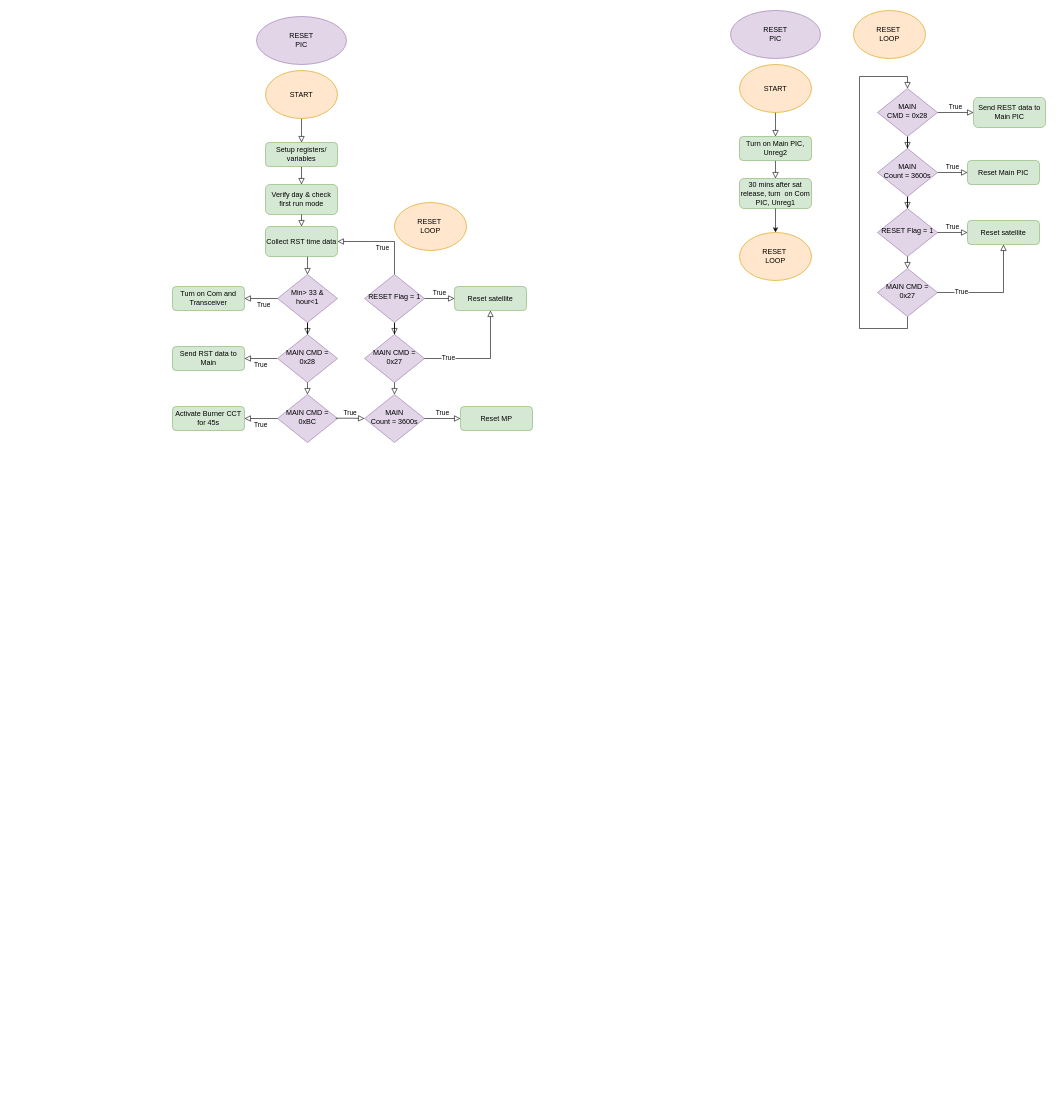
The draw.io diagram page "RESET-PIC-1.0" (3 of 9) of Diagrams/operation_scenario.drawio in BIRDSOpenSource/BIRDSRP-OBC, before the edit. Source tidied: cells renumbered, new cells numbered last; positions are measured from the earlier drawing's top-left corner, leaving out a move shared by most shapes. Both pictures are drawn from the tidied source at 60%, with x=0, y=0 at pixel (172, 10).
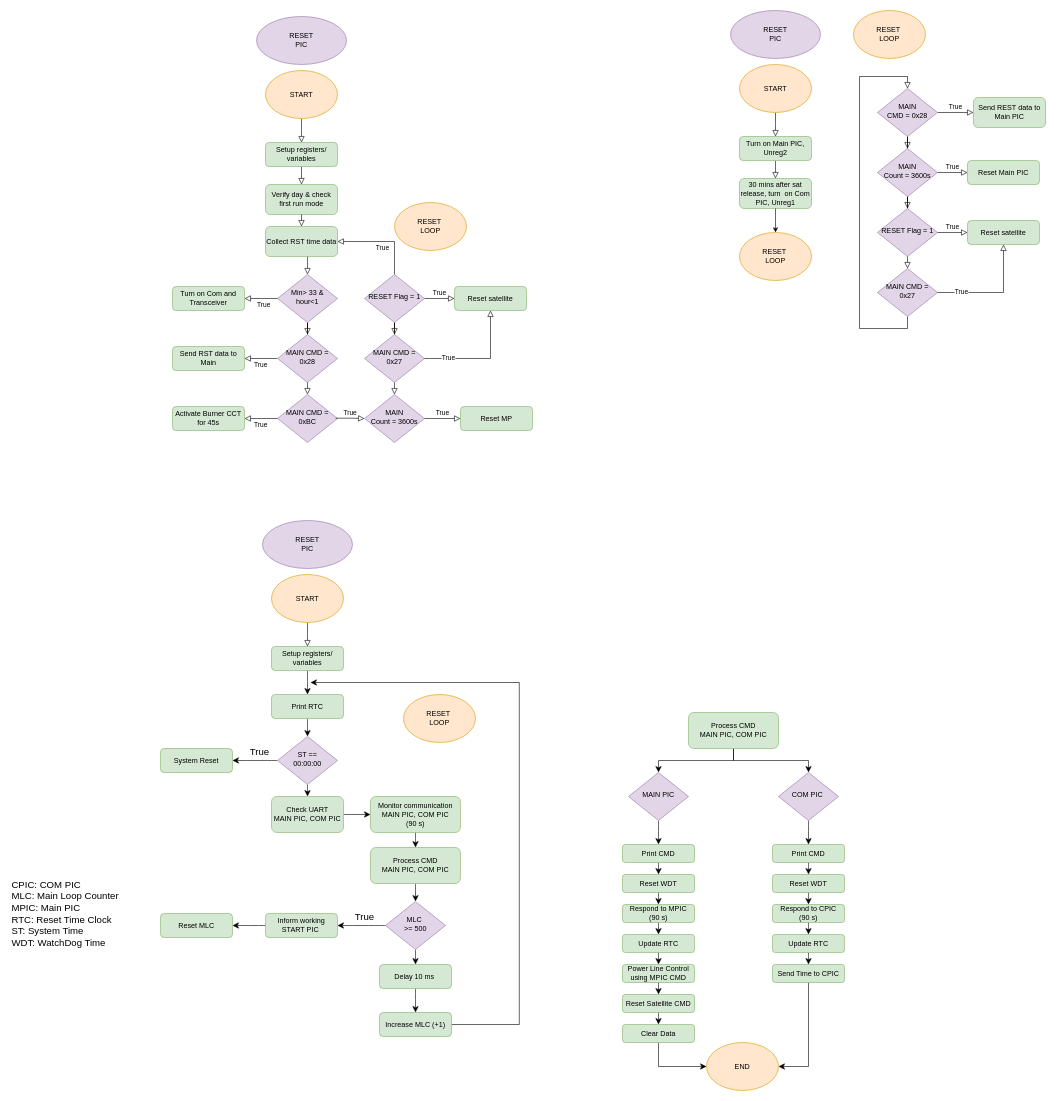
Above is the later version.

Diff of the diagram source:
```diff
@@
+    <mxCell id="61" style="rounded=0;html=1;jettySize=auto;fontSize=11;endArrow=block;endFill=0;endSize=8;strokeWidth=1;shadow=0;labelBackgroundColor=none;edgeStyle=orthogonalEdgeStyle;exitX=0.5;exitY=1;exitDx=0;exitDy=0;entryX=0.5;entryY=0;entryDx=0;entryDy=0;" parent="1" edge="1" source="65" target="63">
+      <mxGeometry relative="1" as="geometry">
+        <Array as="points">
+          <mxPoint x="225" y="1040" />
+          <mxPoint x="225" y="1040" />
+        </Array>
+      </mxGeometry>
+    </mxCell>
+    <mxCell id="62" style="edgeStyle=none;curved=1;rounded=0;jettySize=auto;html=1;fontSize=12;startSize=8;endSize=8;entryX=0.5;entryY=0;entryDx=0;entryDy=0;" parent="1" edge="1" source="63">
+      <mxGeometry relative="1" as="geometry">
+        <mxPoint x="225" y="1140" as="targetPoint" />
+      </mxGeometry>
+    </mxCell>
+    <mxCell id="63" value="&lt;div&gt;Setup registers/ variables&lt;/div&gt;" style="rounded=1;whiteSpace=wrap;html=1;fontSize=12;glass=0;strokeWidth=1;shadow=0;fillColor=#d5e8d4;strokeColor=#82b366;" parent="1" vertex="1">
+      <mxGeometry x="165" y="1060" width="120" height="40" as="geometry" />
+    </mxCell>
+    <mxCell id="64" value="RESET&lt;div&gt;PIC&lt;/div&gt;" style="ellipse;whiteSpace=wrap;html=1;fillColor=#e1d5e7;strokeColor=#9673a6;" parent="1" vertex="1">
+      <mxGeometry x="150" y="850" width="150" height="80" as="geometry" />
+    </mxCell>
+    <mxCell id="65" value="START" style="ellipse;whiteSpace=wrap;html=1;fillColor=#ffe6cc;strokeColor=#d79b00;" parent="1" vertex="1">
+      <mxGeometry x="165" y="940" width="120" height="80" as="geometry" />
+    </mxCell>
+    <mxCell id="66" style="edgeStyle=none;curved=1;rounded=0;jettySize=auto;html=1;entryX=0.5;entryY=0;entryDx=0;entryDy=0;fontSize=12;startSize=8;endSize=8;" parent="1" edge="1" source="67" target="71">
+      <mxGeometry relative="1" as="geometry" />
+    </mxCell>
+    <mxCell id="67" value="&lt;div&gt;Print RTC&lt;/div&gt;" style="rounded=1;whiteSpace=wrap;html=1;fontSize=12;glass=0;strokeWidth=1;shadow=0;fillColor=#d5e8d4;strokeColor=#82b366;" parent="1" vertex="1">
+      <mxGeometry x="165" y="1140" width="120" height="40" as="geometry" />
+    </mxCell>
+    <mxCell id="68" value="&lt;div&gt;System Reset&lt;/div&gt;" style="rounded=1;whiteSpace=wrap;html=1;fontSize=12;glass=0;strokeWidth=1;shadow=0;fillColor=#d5e8d4;strokeColor=#82b366;" parent="1" vertex="1">
+      <mxGeometry x="-20" y="1230" width="120" height="40" as="geometry" />
+    </mxCell>
+    <mxCell id="69" style="edgeStyle=none;curved=1;rounded=0;jettySize=auto;html=1;fontSize=12;startSize=8;endSize=8;" parent="1" edge="1" source="71" target="68">
+      <mxGeometry relative="1" as="geometry" />
+    </mxCell>
+    <mxCell id="70" style="edgeStyle=none;curved=1;rounded=0;jettySize=auto;html=1;entryX=0.5;entryY=0;entryDx=0;entryDy=0;fontSize=12;startSize=8;endSize=8;" parent="1" edge="1" source="71" target="74">
+      <mxGeometry relative="1" as="geometry" />
+    </mxCell>
+    <mxCell id="71" value="&lt;div&gt;ST ==&lt;/div&gt;&lt;div&gt;&amp;nbsp;00:00:00&amp;nbsp;&lt;/div&gt;" style="rhombus;whiteSpace=wrap;html=1;shadow=0;fontFamily=Helvetica;fontSize=12;align=center;strokeWidth=1;spacing=6;spacingTop=-4;fillColor=#e1d5e7;strokeColor=#9673a6;" parent="1" vertex="1">
+      <mxGeometry x="175" y="1210" width="100" height="80" as="geometry" />
+    </mxCell>
+    <mxCell id="72" value="&lt;div&gt;CPIC: COM PIC&lt;/div&gt;&lt;div&gt;MLC: Main Loop Counter&lt;/div&gt;&lt;div&gt;MPIC: Main PIC&lt;/div&gt;&lt;div style=&quot;&quot;&gt;RTC: Reset Time Clock&lt;/div&gt;&lt;div style=&quot;&quot;&gt;&lt;span style=&quot;background-color: initial;&quot;&gt;ST: System Time&lt;/span&gt;&lt;/div&gt;&lt;div&gt;WDT: WatchDog Time&lt;/div&gt;" style="text;html=1;align=left;verticalAlign=middle;strokeColor=none;fillColor=none;fontSize=16;" parent="1" vertex="1">
+      <mxGeometry x="-270" y="1440" width="200" height="130" as="geometry" />
+    </mxCell>
+    <mxCell id="73" style="edgeStyle=none;curved=1;rounded=0;jettySize=auto;html=1;fontSize=12;startSize=8;endSize=8;" parent="1" edge="1" source="74" target="76">
+      <mxGeometry relative="1" as="geometry" />
+    </mxCell>
+    <mxCell id="74" value="Check UART&lt;div&gt;MAIN PIC, COM PIC&lt;/div&gt;" style="rounded=1;whiteSpace=wrap;html=1;fontSize=12;glass=0;strokeWidth=1;shadow=0;fillColor=#d5e8d4;strokeColor=#82b366;" parent="1" vertex="1">
+      <mxGeometry x="165" y="1310" width="120" height="60" as="geometry" />
+    </mxCell>
+    <mxCell id="75" style="edgeStyle=none;curved=1;rounded=0;jettySize=auto;html=1;entryX=0.5;entryY=0;entryDx=0;entryDy=0;fontSize=12;startSize=8;endSize=8;" parent="1" edge="1" source="76" target="85">
+      <mxGeometry relative="1" as="geometry" />
+    </mxCell>
+    <mxCell id="76" value="Monitor communication&lt;div&gt;MAIN PIC, COM PIC&lt;/div&gt;&lt;div&gt;(90 s)&lt;/div&gt;" style="rounded=1;whiteSpace=wrap;html=1;fontSize=12;glass=0;strokeWidth=1;shadow=0;fillColor=#d5e8d4;strokeColor=#82b366;" parent="1" vertex="1">
+      <mxGeometry x="330" y="1310" width="150" height="60" as="geometry" />
+    </mxCell>
+    <mxCell id="77" style="edgeStyle=none;curved=1;rounded=0;jettySize=auto;html=1;entryX=0.5;entryY=0;entryDx=0;entryDy=0;fontSize=12;startSize=8;endSize=8;" parent="1" edge="1" source="79" target="81">
+      <mxGeometry relative="1" as="geometry" />
+    </mxCell>
+    <mxCell id="78" style="edgeStyle=none;curved=1;rounded=0;jettySize=auto;html=1;entryX=1;entryY=0.5;entryDx=0;entryDy=0;fontSize=12;startSize=8;endSize=8;" parent="1" edge="1" source="79" target="91">
+      <mxGeometry relative="1" as="geometry" />
+    </mxCell>
+    <mxCell id="79" value="&lt;div&gt;MLC&amp;nbsp;&lt;/div&gt;&lt;div&gt;&amp;gt;= 500&lt;/div&gt;" style="rhombus;whiteSpace=wrap;html=1;shadow=0;fontFamily=Helvetica;fontSize=12;align=center;strokeWidth=1;spacing=6;spacingTop=-4;fillColor=#e1d5e7;strokeColor=#9673a6;" parent="1" vertex="1">
+      <mxGeometry x="355" y="1485" width="100" height="80" as="geometry" />
+    </mxCell>
+    <mxCell id="80" style="edgeStyle=none;curved=1;rounded=0;jettySize=auto;html=1;entryX=0.5;entryY=0;entryDx=0;entryDy=0;fontSize=12;startSize=8;endSize=8;" parent="1" edge="1" source="81">
+      <mxGeometry relative="1" as="geometry">
+        <mxPoint x="405" y="1670" as="targetPoint" />
+      </mxGeometry>
+    </mxCell>
+    <mxCell id="81" value="Delay 10 ms&amp;nbsp;" style="rounded=1;whiteSpace=wrap;html=1;fontSize=12;glass=0;strokeWidth=1;shadow=0;fillColor=#d5e8d4;strokeColor=#82b366;" parent="1" vertex="1">
+      <mxGeometry x="345" y="1590" width="120" height="40" as="geometry" />
+    </mxCell>
+    <mxCell id="82" style="edgeStyle=orthogonalEdgeStyle;rounded=0;jettySize=auto;html=1;fontSize=12;startSize=8;endSize=8;exitX=1;exitY=0.5;exitDx=0;exitDy=0;" parent="1" edge="1" source="83">
+      <mxGeometry relative="1" as="geometry">
+        <mxPoint x="230" y="1120" as="targetPoint" />
+        <Array as="points">
+          <mxPoint x="578" y="1690" />
+          <mxPoint x="578" y="1120" />
+        </Array>
+      </mxGeometry>
+    </mxCell>
+    <mxCell id="83" value="Increase MLC (+1)" style="rounded=1;whiteSpace=wrap;html=1;fontSize=12;glass=0;strokeWidth=1;shadow=0;fillColor=#d5e8d4;strokeColor=#82b366;" parent="1" vertex="1">
+      <mxGeometry x="345" y="1670" width="120" height="40" as="geometry" />
+    </mxCell>
+    <mxCell id="84" style="edgeStyle=none;curved=1;rounded=0;jettySize=auto;html=1;entryX=0.5;entryY=0;entryDx=0;entryDy=0;fontSize=12;startSize=8;endSize=8;" parent="1" edge="1" source="85" target="79">
+      <mxGeometry relative="1" as="geometry" />
+    </mxCell>
+    <mxCell id="85" value="Process CMD&lt;div&gt;MAIN PIC, COM PIC&lt;/div&gt;" style="rounded=1;whiteSpace=wrap;html=1;fontSize=12;glass=0;strokeWidth=1;shadow=0;fillColor=#d5e8d4;strokeColor=#82b366;" parent="1" vertex="1">
+      <mxGeometry x="330" y="1395" width="150" height="60" as="geometry" />
+    </mxCell>
+    <mxCell id="86" style="edgeStyle=none;curved=1;rounded=0;jettySize=auto;html=1;entryX=0.5;entryY=0;entryDx=0;entryDy=0;fontSize=12;startSize=8;endSize=8;" parent="1" edge="1" source="87" target="99">
+      <mxGeometry relative="1" as="geometry" />
+    </mxCell>
+    <mxCell id="87" value="&lt;div&gt;MAIN PIC&lt;/div&gt;" style="rhombus;whiteSpace=wrap;html=1;shadow=0;fontFamily=Helvetica;fontSize=12;align=center;strokeWidth=1;spacing=6;spacingTop=-4;fillColor=#e1d5e7;strokeColor=#9673a6;" parent="1" vertex="1">
+      <mxGeometry x="760" y="1270" width="100" height="80" as="geometry" />
+    </mxCell>
+    <mxCell id="88" style="edgeStyle=none;curved=1;rounded=0;jettySize=auto;html=1;fontSize=12;startSize=8;endSize=8;" parent="1" edge="1" source="89" target="111">
+      <mxGeometry relative="1" as="geometry" />
+    </mxCell>
+    <mxCell id="89" value="&lt;div&gt;COM PIC&amp;nbsp;&lt;/div&gt;" style="rhombus;whiteSpace=wrap;html=1;shadow=0;fontFamily=Helvetica;fontSize=12;align=center;strokeWidth=1;spacing=6;spacingTop=-4;fillColor=#e1d5e7;strokeColor=#9673a6;" parent="1" vertex="1">
+      <mxGeometry x="1010" y="1270" width="100" height="80" as="geometry" />
+    </mxCell>
+    <mxCell id="90" style="edgeStyle=none;curved=1;rounded=0;jettySize=auto;html=1;entryX=1;entryY=0.5;entryDx=0;entryDy=0;fontSize=12;startSize=8;endSize=8;" parent="1" edge="1" source="91" target="92">
+      <mxGeometry relative="1" as="geometry" />
+    </mxCell>
+    <mxCell id="91" value="&lt;div&gt;Inform working START PIC&amp;nbsp;&lt;/div&gt;" style="rounded=1;whiteSpace=wrap;html=1;fontSize=12;glass=0;strokeWidth=1;shadow=0;fillColor=#d5e8d4;strokeColor=#82b366;" parent="1" vertex="1">
+      <mxGeometry x="155" y="1505" width="120" height="40" as="geometry" />
+    </mxCell>
+    <mxCell id="92" value="&lt;div&gt;Reset MLC&lt;/div&gt;" style="rounded=1;whiteSpace=wrap;html=1;fontSize=12;glass=0;strokeWidth=1;shadow=0;fillColor=#d5e8d4;strokeColor=#82b366;" parent="1" vertex="1">
+      <mxGeometry x="-20" y="1505" width="120" height="40" as="geometry" />
+    </mxCell>
+    <mxCell id="93" style="edgeStyle=orthogonalEdgeStyle;rounded=0;jettySize=auto;html=1;entryX=0.5;entryY=0;entryDx=0;entryDy=0;fontSize=12;startSize=8;endSize=8;" parent="1" edge="1" source="95" target="87">
+      <mxGeometry relative="1" as="geometry" />
+    </mxCell>
+    <mxCell id="94" style="edgeStyle=orthogonalEdgeStyle;rounded=0;jettySize=auto;html=1;entryX=0.5;entryY=0;entryDx=0;entryDy=0;fontSize=12;startSize=8;endSize=8;" parent="1" edge="1" source="95" target="89">
+      <mxGeometry relative="1" as="geometry" />
+    </mxCell>
+    <mxCell id="95" value="Process CMD&lt;div&gt;MAIN PIC, COM PIC&lt;/div&gt;" style="rounded=1;whiteSpace=wrap;html=1;fontSize=12;glass=0;strokeWidth=1;shadow=0;fillColor=#d5e8d4;strokeColor=#82b366;" parent="1" vertex="1">
+      <mxGeometry x="860" y="1170" width="150" height="60" as="geometry" />
+    </mxCell>
+    <mxCell id="96" value="True" style="text;html=1;align=center;verticalAlign=middle;strokeColor=none;fillColor=none;fontSize=16;" parent="1" vertex="1">
+      <mxGeometry x="290" y="1495" width="60" height="30" as="geometry" />
+    </mxCell>
+    <mxCell id="97" value="True" style="text;html=1;align=center;verticalAlign=middle;strokeColor=none;fillColor=none;fontSize=16;" parent="1" vertex="1">
+      <mxGeometry x="115" y="1220" width="60" height="30" as="geometry" />
+    </mxCell>
+    <mxCell id="98" style="edgeStyle=none;curved=1;rounded=0;jettySize=auto;html=1;entryX=0.5;entryY=0;entryDx=0;entryDy=0;fontSize=12;startSize=8;endSize=8;" parent="1" edge="1" source="99" target="101">
+      <mxGeometry relative="1" as="geometry" />
+    </mxCell>
+    <mxCell id="99" value="Print CMD" style="rounded=1;whiteSpace=wrap;html=1;fontSize=12;glass=0;strokeWidth=1;shadow=0;fillColor=#d5e8d4;strokeColor=#82b366;" parent="1" vertex="1">
+      <mxGeometry x="750" y="1390" width="120" height="30" as="geometry" />
+    </mxCell>
+    <mxCell id="100" style="edgeStyle=none;curved=1;rounded=0;jettySize=auto;html=1;entryX=0.5;entryY=0;entryDx=0;entryDy=0;fontSize=12;startSize=8;endSize=8;" parent="1" edge="1" source="101" target="103">
+      <mxGeometry relative="1" as="geometry" />
+    </mxCell>
+    <mxCell id="101" value="Reset WDT" style="rounded=1;whiteSpace=wrap;html=1;fontSize=12;glass=0;strokeWidth=1;shadow=0;fillColor=#d5e8d4;strokeColor=#82b366;" parent="1" vertex="1">
+      <mxGeometry x="750" y="1440" width="120" height="30" as="geometry" />
+    </mxCell>
+    <mxCell id="102" style="edgeStyle=none;curved=1;rounded=0;jettySize=auto;html=1;entryX=0.5;entryY=0;entryDx=0;entryDy=0;fontSize=12;startSize=8;endSize=8;" parent="1" edge="1" source="103" target="117">
+      <mxGeometry relative="1" as="geometry" />
+    </mxCell>
+    <mxCell id="103" value="Respond to MPIC&lt;div&gt;(90 s)&lt;/div&gt;" style="rounded=1;whiteSpace=wrap;html=1;fontSize=12;glass=0;strokeWidth=1;shadow=0;fillColor=#d5e8d4;strokeColor=#82b366;" parent="1" vertex="1">
+      <mxGeometry x="750" y="1490" width="120" height="30" as="geometry" />
+    </mxCell>
+    <mxCell id="104" style="edgeStyle=none;curved=1;rounded=0;jettySize=auto;html=1;fontSize=12;startSize=8;endSize=8;" parent="1" edge="1" source="105" target="107">
+      <mxGeometry relative="1" as="geometry" />
+    </mxCell>
+    <mxCell id="105" value="Power Line Control&lt;div&gt;using MPIC CMD&lt;/div&gt;" style="rounded=1;whiteSpace=wrap;html=1;fontSize=12;glass=0;strokeWidth=1;shadow=0;fillColor=#d5e8d4;strokeColor=#82b366;" parent="1" vertex="1">
+      <mxGeometry x="750" y="1590" width="120" height="30" as="geometry" />
+    </mxCell>
+    <mxCell id="106" style="edgeStyle=none;curved=1;rounded=0;jettySize=auto;html=1;entryX=0.5;entryY=0;entryDx=0;entryDy=0;fontSize=12;startSize=8;endSize=8;" parent="1" edge="1" source="107" target="109">
+      <mxGeometry relative="1" as="geometry" />
+    </mxCell>
+    <mxCell id="107" value="Reset Satellite CMD" style="rounded=1;whiteSpace=wrap;html=1;fontSize=12;glass=0;strokeWidth=1;shadow=0;fillColor=#d5e8d4;strokeColor=#82b366;" parent="1" vertex="1">
+      <mxGeometry x="750" y="1640" width="120" height="30" as="geometry" />
+    </mxCell>
+    <mxCell id="108" style="edgeStyle=orthogonalEdgeStyle;rounded=0;jettySize=auto;html=1;entryX=0;entryY=0.5;entryDx=0;entryDy=0;fontSize=12;startSize=8;endSize=8;" parent="1" edge="1" source="109" target="122">
+      <mxGeometry relative="1" as="geometry">
+        <Array as="points">
+          <mxPoint x="810" y="1760" />
+        </Array>
+      </mxGeometry>
+    </mxCell>
+    <mxCell id="109" value="Clear Data" style="rounded=1;whiteSpace=wrap;html=1;fontSize=12;glass=0;strokeWidth=1;shadow=0;fillColor=#d5e8d4;strokeColor=#82b366;" parent="1" vertex="1">
+      <mxGeometry x="750" y="1690" width="120" height="30" as="geometry" />
+    </mxCell>
+    <mxCell id="110" style="edgeStyle=none;curved=1;rounded=0;jettySize=auto;html=1;fontSize=12;startSize=8;endSize=8;" parent="1" edge="1" source="111" target="113">
+      <mxGeometry relative="1" as="geometry" />
+    </mxCell>
+    <mxCell id="111" value="Print CMD" style="rounded=1;whiteSpace=wrap;html=1;fontSize=12;glass=0;strokeWidth=1;shadow=0;fillColor=#d5e8d4;strokeColor=#82b366;" parent="1" vertex="1">
+      <mxGeometry x="1000" y="1390" width="120" height="30" as="geometry" />
+    </mxCell>
+    <mxCell id="112" style="edgeStyle=none;curved=1;rounded=0;jettySize=auto;html=1;fontSize=12;startSize=8;endSize=8;" parent="1" edge="1" source="113" target="115">
+      <mxGeometry relative="1" as="geometry" />
+    </mxCell>
+    <mxCell id="113" value="Reset WDT" style="rounded=1;whiteSpace=wrap;html=1;fontSize=12;glass=0;strokeWidth=1;shadow=0;fillColor=#d5e8d4;strokeColor=#82b366;" parent="1" vertex="1">
+      <mxGeometry x="1000" y="1440" width="120" height="30" as="geometry" />
+    </mxCell>
+    <mxCell id="114" style="edgeStyle=none;curved=1;rounded=0;jettySize=auto;html=1;entryX=0.5;entryY=0;entryDx=0;entryDy=0;fontSize=12;startSize=8;endSize=8;" parent="1" edge="1" source="115" target="119">
+      <mxGeometry relative="1" as="geometry" />
+    </mxCell>
+    <mxCell id="115" value="Respond to CPIC&lt;div&gt;(90 s)&lt;/div&gt;" style="rounded=1;whiteSpace=wrap;html=1;fontSize=12;glass=0;strokeWidth=1;shadow=0;fillColor=#d5e8d4;strokeColor=#82b366;" parent="1" vertex="1">
+      <mxGeometry x="1000" y="1490" width="120" height="30" as="geometry" />
+    </mxCell>
+    <mxCell id="116" style="edgeStyle=none;curved=1;rounded=0;jettySize=auto;html=1;entryX=0.5;entryY=0;entryDx=0;entryDy=0;fontSize=12;startSize=8;endSize=8;" parent="1" edge="1" source="117" target="105">
+      <mxGeometry relative="1" as="geometry" />
+    </mxCell>
+    <mxCell id="117" value="Update RTC" style="rounded=1;whiteSpace=wrap;html=1;fontSize=12;glass=0;strokeWidth=1;shadow=0;fillColor=#d5e8d4;strokeColor=#82b366;" parent="1" vertex="1">
+      <mxGeometry x="750" y="1540" width="120" height="30" as="geometry" />
+    </mxCell>
+    <mxCell id="118" style="edgeStyle=none;curved=1;rounded=0;jettySize=auto;html=1;entryX=0.5;entryY=0;entryDx=0;entryDy=0;fontSize=12;startSize=8;endSize=8;" parent="1" edge="1" source="119" target="121">
+      <mxGeometry relative="1" as="geometry" />
+    </mxCell>
+    <mxCell id="119" value="Update RTC" style="rounded=1;whiteSpace=wrap;html=1;fontSize=12;glass=0;strokeWidth=1;shadow=0;fillColor=#d5e8d4;strokeColor=#82b366;" parent="1" vertex="1">
+      <mxGeometry x="1000" y="1540" width="120" height="30" as="geometry" />
+    </mxCell>
+    <mxCell id="120" style="edgeStyle=orthogonalEdgeStyle;rounded=0;jettySize=auto;html=1;entryX=1;entryY=0.5;entryDx=0;entryDy=0;fontSize=12;startSize=8;endSize=8;" parent="1" edge="1" source="121" target="122">
+      <mxGeometry relative="1" as="geometry" />
+    </mxCell>
+    <mxCell id="121" value="Send Time to CPIC" style="rounded=1;whiteSpace=wrap;html=1;fontSize=12;glass=0;strokeWidth=1;shadow=0;fillColor=#d5e8d4;strokeColor=#82b366;" parent="1" vertex="1">
+      <mxGeometry x="1000" y="1590" width="120" height="30" as="geometry" />
+    </mxCell>
+    <mxCell id="122" value="END" style="ellipse;whiteSpace=wrap;html=1;fillColor=#ffe6cc;strokeColor=#d79b00;" parent="1" vertex="1">
+      <mxGeometry x="890" y="1720" width="120" height="80" as="geometry" />
+    </mxCell>
+    <mxCell id="123" value="RESET&amp;nbsp;&lt;div&gt;LOOP&lt;/div&gt;" style="ellipse;whiteSpace=wrap;html=1;fillColor=#ffe6cc;strokeColor=#d79b00;" parent="1" vertex="1">
+      <mxGeometry x="385" y="1140" width="120" height="80" as="geometry" />
+    </mxCell>
```
